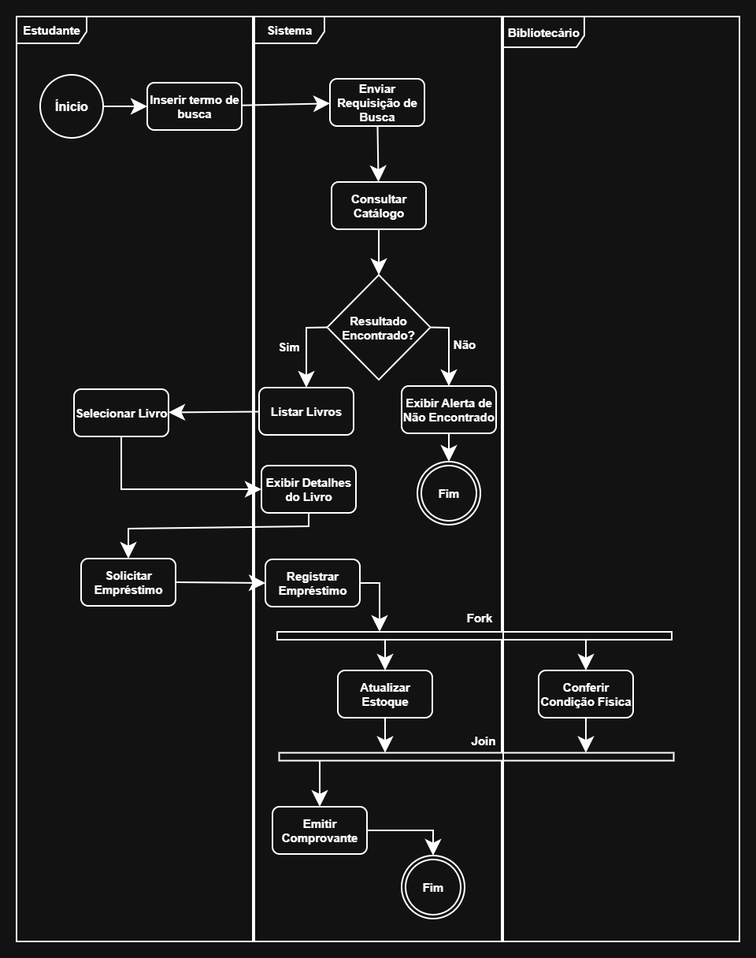
The draw.io diagram imagensWeb/modelagem/model06J.png in AndersonDutra7/Projetos-WEB, before a commit. Source tidied: cells renumbered, new cells last; positions are measured from the earlier drawing's top-left corner, leaving out a move shared by most shapes.
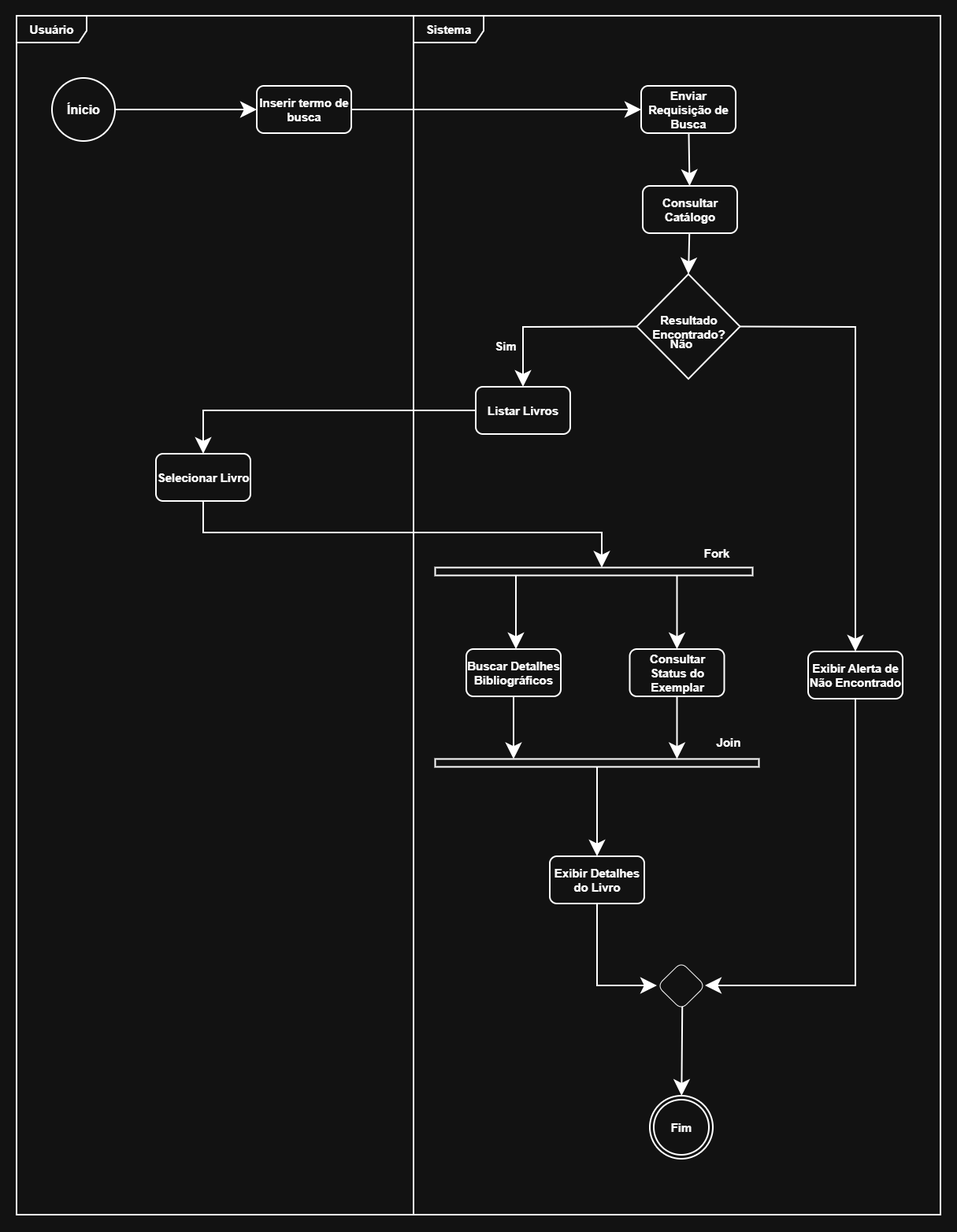
The same diagram one commit later.

What changed in the source:
```diff
@@ -3,20 +3,17 @@
     <mxCell id="0" />
     <mxCell id="1" parent="0" />
     <mxCell id="2" value="&lt;b&gt;&lt;font style=&quot;font-size: 16px;&quot;&gt;Ínicio&lt;/font&gt;&lt;/b&gt;" style="ellipse;whiteSpace=wrap;html=1;strokeWidth=2;labelBackgroundColor=none;" parent="1" vertex="1">
-      <mxGeometry x="30" y="74" width="80" height="80" as="geometry" />
+      <mxGeometry x="-230" y="79" width="80" height="80" as="geometry" />
     </mxCell>
     <mxCell id="3" value="&lt;b&gt;&lt;font style=&quot;font-size: 15px;&quot;&gt;Inserir termo de busca&lt;/font&gt;&lt;/b&gt;" style="rounded=1;whiteSpace=wrap;html=1;strokeWidth=2;labelBackgroundColor=none;" parent="1" vertex="1">
-      <mxGeometry x="166" y="84" width="120" height="60" as="geometry" />
+      <mxGeometry x="30" y="89" width="120" height="60" as="geometry" />
     </mxCell>
     <mxCell id="4" value="&lt;b&gt;&lt;font style=&quot;font-size: 15px;&quot;&gt;Enviar Requisição de Busca&lt;/font&gt;&lt;/b&gt;" style="rounded=1;whiteSpace=wrap;html=1;strokeWidth=2;labelBackgroundColor=none;" parent="1" vertex="1">
-      <mxGeometry x="398" y="79" width="120" height="60" as="geometry" />
+      <mxGeometry x="518" y="89" width="120" height="60" as="geometry" />
     </mxCell>
     <mxCell id="5" value="&lt;div&gt;&lt;font style=&quot;font-size: 15px;&quot;&gt;&lt;b&gt;Resultado Encontrado?&lt;/b&gt;&lt;/font&gt;&lt;/div&gt;" style="rhombus;whiteSpace=wrap;html=1;strokeWidth=2;labelBackgroundColor=none;" parent="1" vertex="1">
-      <mxGeometry x="394.5" y="328" width="131" height="133" as="geometry" />
+      <mxGeometry x="512.5" y="328" width="131" height="133" as="geometry" />
     </mxCell>
-    <mxCell id="6" value="&lt;b&gt;&lt;font style=&quot;font-size: 15px;&quot;&gt;Fim&lt;/font&gt;&lt;/b&gt;" style="ellipse;shape=doubleEllipse;whiteSpace=wrap;html=1;strokeWidth=2;labelBackgroundColor=none;" parent="1" vertex="1">
-      <mxGeometry x="509" y="565" width="80" height="80" as="geometry" />
-    </mxCell>
     <mxCell id="7" style="endArrow=classic;html=1;rounded=0;endSize=15;strokeWidth=2;exitX=1;exitY=0.5;exitDx=0;exitDy=0;entryX=0;entryY=0.5;entryDx=0;entryDy=0;labelBackgroundColor=none;fontColor=default;" parent="1" edge="1" source="2" target="3">
       <mxGeometry relative="1" as="geometry" />
     </mxCell>
@@ -33,13 +30,10 @@
       <mxGeometry x="308" y="471" width="120" height="60" as="geometry" />
     </mxCell>
     <mxCell id="12" value="&lt;b&gt;&lt;font style=&quot;font-size: 15px;&quot;&gt;Selecionar Livro&lt;/font&gt;&lt;/b&gt;" style="rounded=1;whiteSpace=wrap;html=1;strokeWidth=2;labelBackgroundColor=none;" parent="1" vertex="1">
-      <mxGeometry x="73" y="473" width="120" height="60" as="geometry" />
+      <mxGeometry x="-98" y="556" width="120" height="60" as="geometry" />
     </mxCell>
-    <mxCell id="13" value="&lt;b&gt;&lt;font style=&quot;font-size: 15px;&quot;&gt;Exibir Detalhes do Livro&lt;/font&gt;&lt;/b&gt;" style="rounded=1;whiteSpace=wrap;html=1;strokeWidth=2;labelBackgroundColor=none;" parent="1" vertex="1">
-      <mxGeometry x="311" y="570" width="120" height="60" as="geometry" />
-    </mxCell>
     <mxCell id="14" value="&lt;b&gt;&lt;font style=&quot;font-size: 15px;&quot;&gt;Exibir Alerta de Não Encontrado&lt;/font&gt;&lt;/b&gt;" style="rounded=1;whiteSpace=wrap;html=1;strokeWidth=2;labelBackgroundColor=none;" parent="1" vertex="1">
-      <mxGeometry x="489" y="469" width="120" height="60" as="geometry" />
+      <mxGeometry x="730" y="807" width="120" height="60" as="geometry" />
     </mxCell>
     <mxCell id="15" value="&lt;font style=&quot;font-size: 15px;&quot;&gt;&lt;b&gt;Sim&lt;/b&gt;&lt;/font&gt;" style="text;html=1;whiteSpace=wrap;strokeColor=none;fillColor=none;align=center;verticalAlign=middle;rounded=0;labelBackgroundColor=none;" parent="1" vertex="1">
       <mxGeometry x="316" y="404" width="60" height="30" as="geometry" />
@@ -54,113 +48,98 @@
         </Array>
       </mxGeometry>
     </mxCell>
-    <mxCell id="18" style="endArrow=classic;html=1;rounded=0;endSize=15;strokeWidth=2;labelBackgroundColor=none;fontColor=default;" parent="1" edge="1" source="11" target="12">
-      <mxGeometry relative="1" as="geometry" />
+    <mxCell id="18" style="endArrow=classic;html=1;rounded=0;endSize=15;strokeWidth=2;labelBackgroundColor=none;fontColor=default;entryX=0.5;entryY=0;entryDx=0;entryDy=0;" parent="1" edge="1" source="11" target="12">
+      <mxGeometry relative="1" as="geometry">
+        <Array as="points">
+          <mxPoint x="-38" y="501" />
+        </Array>
+      </mxGeometry>
     </mxCell>
-    <mxCell id="19" style="endArrow=classic;html=1;rounded=0;endSize=15;strokeWidth=2;labelBackgroundColor=none;fontColor=default;entryX=0;entryY=0.5;entryDx=0;entryDy=0;" parent="1" edge="1" source="12" target="13">
-      <mxGeometry relative="1" as="geometry">
-        <Array as="points">
-          <mxPoint x="133" y="600" />
-        </Array>
-      </mxGeometry>
-    </mxCell>
-    <mxCell id="20" style="endArrow=classic;html=1;rounded=0;endSize=15;strokeWidth=2;exitX=0.5;exitY=1;exitDx=0;exitDy=0;labelBackgroundColor=none;fontColor=default;entryX=0.5;entryY=0;entryDx=0;entryDy=0;" parent="1" edge="1" source="13" target="43">
-      <mxGeometry relative="1" as="geometry">
-        <Array as="points">
-          <mxPoint x="371" y="647" />
-          <mxPoint x="142" y="650" />
-        </Array>
-      </mxGeometry>
-    </mxCell>
-    <mxCell id="21" style="endArrow=classic;html=1;rounded=0;endSize=15;strokeWidth=2;labelBackgroundColor=none;fontColor=default;" parent="1" edge="1" source="14" target="6">
+    <mxCell id="21" style="endArrow=classic;html=1;rounded=0;endSize=15;strokeWidth=2;labelBackgroundColor=none;fontColor=default;entryX=1;entryY=0.5;entryDx=0;entryDy=0;" parent="1" edge="1" source="14" target="55">
       <mxGeometry relative="1" as="geometry">
         <Array as="points">
-          <mxPoint x="549" y="553" />
+          <mxPoint x="790" y="1231" />
         </Array>
       </mxGeometry>
     </mxCell>
-    <mxCell id="22" value="&lt;b&gt;Estudante&lt;/b&gt;" style="shape=umlFrame;whiteSpace=wrap;html=1;fontSize=15;strokeWidth=2;width=89;height=34;" parent="1" vertex="1">
-      <mxGeometry width="300" height="1174" as="geometry" />
+    <mxCell id="22" value="&lt;b&gt;Usuário&lt;/b&gt;" style="shape=umlFrame;whiteSpace=wrap;html=1;fontSize=15;strokeWidth=2;width=89;height=34;" parent="1" vertex="1">
+      <mxGeometry x="-275" width="504" height="1522" as="geometry" />
     </mxCell>
     <mxCell id="23" value="&lt;b&gt;Sistema&lt;/b&gt;" style="shape=umlFrame;whiteSpace=wrap;html=1;fontSize=15;strokeWidth=2;width=89;height=34;" parent="1" vertex="1">
-      <mxGeometry x="302" width="314" height="1174" as="geometry" />
+      <mxGeometry x="229" width="669" height="1522" as="geometry" />
     </mxCell>
     <mxCell id="24" style="endArrow=classic;html=1;rounded=0;endSize=15;strokeWidth=2;exitX=1;exitY=0.5;exitDx=0;exitDy=0;labelBackgroundColor=none;fontColor=default;entryX=0.5;entryY=0;entryDx=0;entryDy=0;" parent="1" edge="1" source="5" target="14">
       <mxGeometry relative="1" as="geometry">
         <Array as="points">
-          <mxPoint x="549" y="395" />
+          <mxPoint x="790" y="395" />
         </Array>
       </mxGeometry>
     </mxCell>
     <mxCell id="25" value="&lt;b&gt;&lt;font style=&quot;font-size: 15px;&quot;&gt;Consultar Catálogo&lt;/font&gt;&lt;/b&gt;" style="rounded=1;whiteSpace=wrap;html=1;strokeWidth=2;labelBackgroundColor=none;" parent="1" vertex="1">
-      <mxGeometry x="400" y="210" width="120" height="60" as="geometry" />
+      <mxGeometry x="520" y="216" width="120" height="60" as="geometry" />
     </mxCell>
-    <mxCell id="26" value="&lt;b&gt;&lt;font style=&quot;font-size: 15px;&quot;&gt;Registrar Empréstimo&lt;/font&gt;&lt;/b&gt;" style="rounded=1;whiteSpace=wrap;html=1;strokeWidth=2;labelBackgroundColor=none;" parent="1" vertex="1">
-      <mxGeometry x="316" y="689" width="120" height="60" as="geometry" />
-    </mxCell>
-    <mxCell id="27" value="&lt;b&gt;&lt;font style=&quot;font-size: 15px;&quot;&gt;Atualizar Estoque&lt;/font&gt;&lt;/b&gt;" style="rounded=1;whiteSpace=wrap;html=1;strokeWidth=2;labelBackgroundColor=none;" parent="1" vertex="1">
-      <mxGeometry x="408" y="830" width="120" height="60" as="geometry" />
-    </mxCell>
-    <mxCell id="28" value="&lt;b&gt;&lt;font style=&quot;font-size: 15px;&quot;&gt;Conferir Condição Física&lt;/font&gt;&lt;/b&gt;" style="rounded=1;whiteSpace=wrap;html=1;strokeWidth=2;labelBackgroundColor=none;" parent="1" vertex="1">
-      <mxGeometry x="663" y="830" width="120" height="60" as="geometry" />
-    </mxCell>
-    <mxCell id="29" value="&lt;b&gt;&lt;font style=&quot;font-size: 15px;&quot;&gt;Emitir Comprovante&lt;/font&gt;&lt;/b&gt;" style="rounded=1;whiteSpace=wrap;html=1;strokeWidth=2;labelBackgroundColor=none;" parent="1" vertex="1">
-      <mxGeometry x="325" y="1003" width="120" height="60" as="geometry" />
-    </mxCell>
     <mxCell id="30" style="html=1;points=[[0,0,0,0,5],[0,1,0,0,-5],[1,0,0,0,5],[1,1,0,0,-5]];perimeter=orthogonalPerimeter;outlineConnect=0;targetShapes=umlLifeline;portConstraint=eastwest;newEdgeStyle={&quot;curved&quot;:0,&quot;rounded&quot;:0};strokeWidth=2;rotation=90;" parent="1" vertex="1">
-      <mxGeometry x="576.5" y="535.5" width="10" height="501" as="geometry" />
+      <mxGeometry x="457" y="743" width="10" height="411" as="geometry" />
     </mxCell>
-    <mxCell id="31" style="endArrow=classic;html=1;rounded=0;endSize=15;strokeWidth=2;exitX=1;exitY=0.5;exitDx=0;exitDy=0;labelBackgroundColor=none;fontColor=default;" parent="1" edge="1" source="26" target="30">
-      <mxGeometry relative="1" as="geometry">
-        <Array as="points">
-          <mxPoint x="461" y="719" />
-        </Array>
-      </mxGeometry>
-    </mxCell>
-    <mxCell id="32" style="endArrow=classic;html=1;rounded=0;endSize=15;strokeWidth=2;labelBackgroundColor=none;fontColor=default;entryX=0.5;entryY=0;entryDx=0;entryDy=0;" parent="1" edge="1" source="30" target="27">
-      <mxGeometry relative="1" as="geometry" />
-    </mxCell>
-    <mxCell id="33" style="endArrow=classic;html=1;rounded=0;endSize=15;strokeWidth=2;labelBackgroundColor=none;fontColor=default;entryX=0.5;entryY=0;entryDx=0;entryDy=0;" parent="1" edge="1" target="28">
-      <mxGeometry relative="1" as="geometry">
-        <mxPoint x="723" y="792" as="sourcePoint" />
-      </mxGeometry>
-    </mxCell>
-    <mxCell id="34" style="html=1;points=[[0,0,0,0,5],[0,1,0,0,-5],[1,0,0,0,5],[1,1,0,0,-5]];perimeter=orthogonalPerimeter;outlineConnect=0;targetShapes=umlLifeline;portConstraint=eastwest;newEdgeStyle={&quot;curved&quot;:0,&quot;rounded&quot;:0};strokeWidth=2;rotation=90;" parent="1" vertex="1">
-      <mxGeometry x="579" y="689" width="10" height="501" as="geometry" />
-    </mxCell>
+    <mxCell id="36" value="&lt;b&gt;&lt;font style=&quot;font-size: 15px;&quot;&gt;Join&lt;/font&gt;&lt;/b&gt;" style="text;html=1;whiteSpace=wrap;strokeColor=none;fillColor=none;align=center;verticalAlign=middle;rounded=0;" parent="1" vertex="1">
+      <mxGeometry x="599" y="907" width="60" height="30" as="geometry" />
+    </mxCell>
+    <mxCell id="45" style="html=1;points=[[0,0,0,0,5],[0,1,0,0,-5],[1,0,0,0,5],[1,1,0,0,-5]];perimeter=orthogonalPerimeter;outlineConnect=0;targetShapes=umlLifeline;portConstraint=eastwest;newEdgeStyle={&quot;curved&quot;:0,&quot;rounded&quot;:0};strokeWidth=2;rotation=90;" parent="1" vertex="1">
+      <mxGeometry x="453" y="504" width="10" height="403" as="geometry" />
+    </mxCell>
+    <mxCell id="46" value="&lt;b&gt;&lt;font style=&quot;font-size: 15px;&quot;&gt;Buscar Detalhes Bibliográficos&lt;/font&gt;&lt;/b&gt;" style="rounded=1;whiteSpace=wrap;html=1;strokeWidth=2;labelBackgroundColor=none;" parent="1" vertex="1">
+      <mxGeometry x="296" y="804" width="120" height="60" as="geometry" />
+    </mxCell>
+    <mxCell id="47" value="&lt;b&gt;&lt;font style=&quot;font-size: 15px;&quot;&gt;Consultar Status do Exemplar&lt;/font&gt;&lt;/b&gt;" style="rounded=1;whiteSpace=wrap;html=1;strokeWidth=2;labelBackgroundColor=none;" parent="1" vertex="1">
+      <mxGeometry x="503.5" y="804" width="120" height="60" as="geometry" />
+    </mxCell>
+    <mxCell id="48" style="endArrow=classic;html=1;rounded=0;endSize=15;strokeWidth=2;labelBackgroundColor=none;fontColor=default;" parent="1" edge="1">
+      <mxGeometry relative="1" as="geometry">
+        <mxPoint x="359" y="710.5" as="sourcePoint" />
+        <mxPoint x="359" y="804" as="targetPoint" />
+      </mxGeometry>
+    </mxCell>
+    <mxCell id="49" style="endArrow=classic;html=1;rounded=0;endSize=15;strokeWidth=2;labelBackgroundColor=none;fontColor=default;entryX=0.5;entryY=0;entryDx=0;entryDy=0;" parent="1" edge="1" source="45" target="47">
+      <mxGeometry relative="1" as="geometry" />
+    </mxCell>
+    <mxCell id="50" style="endArrow=classic;html=1;rounded=0;endSize=15;strokeWidth=2;labelBackgroundColor=none;fontColor=default;exitX=0.5;exitY=1;exitDx=0;exitDy=0;" parent="1" edge="1" source="47" target="30">
+      <mxGeometry relative="1" as="geometry" />
+    </mxCell>
+    <mxCell id="51" style="endArrow=classic;html=1;rounded=0;endSize=15;strokeWidth=2;labelBackgroundColor=none;fontColor=default;exitX=0.5;exitY=1;exitDx=0;exitDy=0;" parent="1" edge="1" source="46" target="30">
+      <mxGeometry relative="1" as="geometry" />
+    </mxCell>
     <mxCell id="35" value="&lt;b&gt;&lt;font style=&quot;font-size: 15px;&quot;&gt;Fork&lt;/font&gt;&lt;/b&gt;" style="text;html=1;whiteSpace=wrap;strokeColor=none;fillColor=none;align=center;verticalAlign=middle;rounded=0;" parent="1" vertex="1">
-      <mxGeometry x="558" y="748" width="60" height="30" as="geometry" />
+      <mxGeometry x="583.5" y="667" width="60" height="30" as="geometry" />
     </mxCell>
-    <mxCell id="36" value="&lt;b&gt;&lt;font style=&quot;font-size: 15px;&quot;&gt;Join&lt;/font&gt;&lt;/b&gt;" style="text;html=1;whiteSpace=wrap;strokeColor=none;fillColor=none;align=center;verticalAlign=middle;rounded=0;" parent="1" vertex="1">
-      <mxGeometry x="563" y="904" width="60" height="30" as="geometry" />
-    </mxCell>
-    <mxCell id="37" style="endArrow=classic;html=1;rounded=0;endSize=15;strokeWidth=2;labelBackgroundColor=none;fontColor=default;exitX=0.5;exitY=1;exitDx=0;exitDy=0;" parent="1" edge="1" source="27" target="34">
-      <mxGeometry relative="1" as="geometry" />
-    </mxCell>
-    <mxCell id="38" style="endArrow=classic;html=1;rounded=0;endSize=15;strokeWidth=2;labelBackgroundColor=none;fontColor=default;exitX=0.5;exitY=1;exitDx=0;exitDy=0;" parent="1" edge="1" source="28" target="34">
-      <mxGeometry relative="1" as="geometry" />
-    </mxCell>
-    <mxCell id="39" style="endArrow=classic;html=1;rounded=0;endSize=15;strokeWidth=2;labelBackgroundColor=none;fontColor=default;entryX=0.5;entryY=0;entryDx=0;entryDy=0;" parent="1" edge="1" source="34" target="29">
-      <mxGeometry relative="1" as="geometry" />
-    </mxCell>
-    <mxCell id="40" value="&lt;b&gt;&lt;font style=&quot;font-size: 15px;&quot;&gt;Fim&lt;/font&gt;&lt;/b&gt;" style="ellipse;shape=doubleEllipse;whiteSpace=wrap;html=1;strokeWidth=2;labelBackgroundColor=none;" parent="1" vertex="1">
-      <mxGeometry x="489" y="1065" width="80" height="80" as="geometry" />
-    </mxCell>
-    <mxCell id="41" style="endArrow=classic;html=1;rounded=0;endSize=15;strokeWidth=2;labelBackgroundColor=none;fontColor=default;entryX=0.5;entryY=0;entryDx=0;entryDy=0;exitX=1;exitY=0.5;exitDx=0;exitDy=0;" parent="1" edge="1" source="29" target="40">
-      <mxGeometry relative="1" as="geometry">
-        <Array as="points">
-          <mxPoint x="529" y="1033" />
-        </Array>
-      </mxGeometry>
-    </mxCell>
-    <mxCell id="42" value="&lt;b&gt;Bibliotecário&lt;/b&gt;" style="shape=umlFrame;whiteSpace=wrap;html=1;fontSize=15;strokeWidth=2;width=103;height=39;" parent="1" vertex="1">
-      <mxGeometry x="618" width="300" height="1174" as="geometry" />
-    </mxCell>
-    <mxCell id="43" value="&lt;b&gt;&lt;font style=&quot;font-size: 15px;&quot;&gt;Solicitar&lt;/font&gt;&lt;/b&gt;&lt;div&gt;&lt;b&gt;&lt;font style=&quot;font-size: 15px;&quot;&gt;Empréstimo&lt;/font&gt;&lt;/b&gt;&lt;/div&gt;" style="rounded=1;whiteSpace=wrap;html=1;strokeWidth=2;labelBackgroundColor=none;" parent="1" vertex="1">
-      <mxGeometry x="82" y="688" width="120" height="60" as="geometry" />
-    </mxCell>
-    <mxCell id="44" style="endArrow=classic;html=1;rounded=0;endSize=15;strokeWidth=2;labelBackgroundColor=none;fontColor=default;entryX=0;entryY=0.5;entryDx=0;entryDy=0;exitX=1;exitY=0.5;exitDx=0;exitDy=0;" parent="1" edge="1" source="43" target="26">
-      <mxGeometry relative="1" as="geometry" />
-    </mxCell>
+    <mxCell id="52" style="endArrow=classic;html=1;rounded=0;endSize=15;strokeWidth=2;labelBackgroundColor=none;fontColor=default;exitX=0.529;exitY=0.871;exitDx=0;exitDy=0;exitPerimeter=0;" parent="1" edge="1" source="55" target="53">
+      <mxGeometry relative="1" as="geometry" />
+    </mxCell>
+    <mxCell id="53" value="&lt;b&gt;&lt;font style=&quot;font-size: 15px;&quot;&gt;Fim&lt;/font&gt;&lt;/b&gt;" style="ellipse;shape=doubleEllipse;whiteSpace=wrap;html=1;strokeWidth=2;" parent="1" vertex="1">
+      <mxGeometry x="529" y="1371" width="80" height="80" as="geometry" />
+    </mxCell>
+    <mxCell id="54" style="endArrow=classic;html=1;rounded=0;endSize=15;strokeWidth=2;labelBackgroundColor=none;fontColor=default;exitX=0.5;exitY=1;exitDx=0;exitDy=0;" parent="1" edge="1" source="12" target="45">
+      <mxGeometry relative="1" as="geometry">
+        <Array as="points">
+          <mxPoint x="-38" y="656" />
+          <mxPoint x="468" y="656" />
+        </Array>
+      </mxGeometry>
+    </mxCell>
+    <mxCell id="55" style="rhombus;whiteSpace=wrap;html=1;rounded=1;" parent="1" vertex="1">
+      <mxGeometry x="538" y="1201" width="61" height="60" as="geometry" />
+    </mxCell>
+    <mxCell id="13" value="&lt;b&gt;&lt;font style=&quot;font-size: 15px;&quot;&gt;Exibir Detalhes do Livro&lt;/font&gt;&lt;/b&gt;" style="rounded=1;whiteSpace=wrap;html=1;strokeWidth=2;labelBackgroundColor=none;" parent="1" vertex="1">
+      <mxGeometry x="402" y="1067" width="120" height="60" as="geometry" />
+    </mxCell>
+    <mxCell id="56" style="endArrow=classic;html=1;rounded=0;endSize=15;strokeWidth=2;labelBackgroundColor=none;fontColor=default;entryX=0.5;entryY=0;entryDx=0;entryDy=0;" parent="1" edge="1" source="30" target="13">
+      <mxGeometry relative="1" as="geometry" />
+    </mxCell>
+    <mxCell id="57" style="endArrow=classic;html=1;rounded=0;endSize=15;strokeWidth=2;labelBackgroundColor=none;fontColor=default;entryX=0;entryY=0.5;entryDx=0;entryDy=0;exitX=0.5;exitY=1;exitDx=0;exitDy=0;" parent="1" edge="1" source="13" target="55">
+      <mxGeometry relative="1" as="geometry">
+        <Array as="points">
+          <mxPoint x="462" y="1231" />
+        </Array>
+      </mxGeometry>
+    </mxCell>
   </root>
 </mxGraphModel>
```
